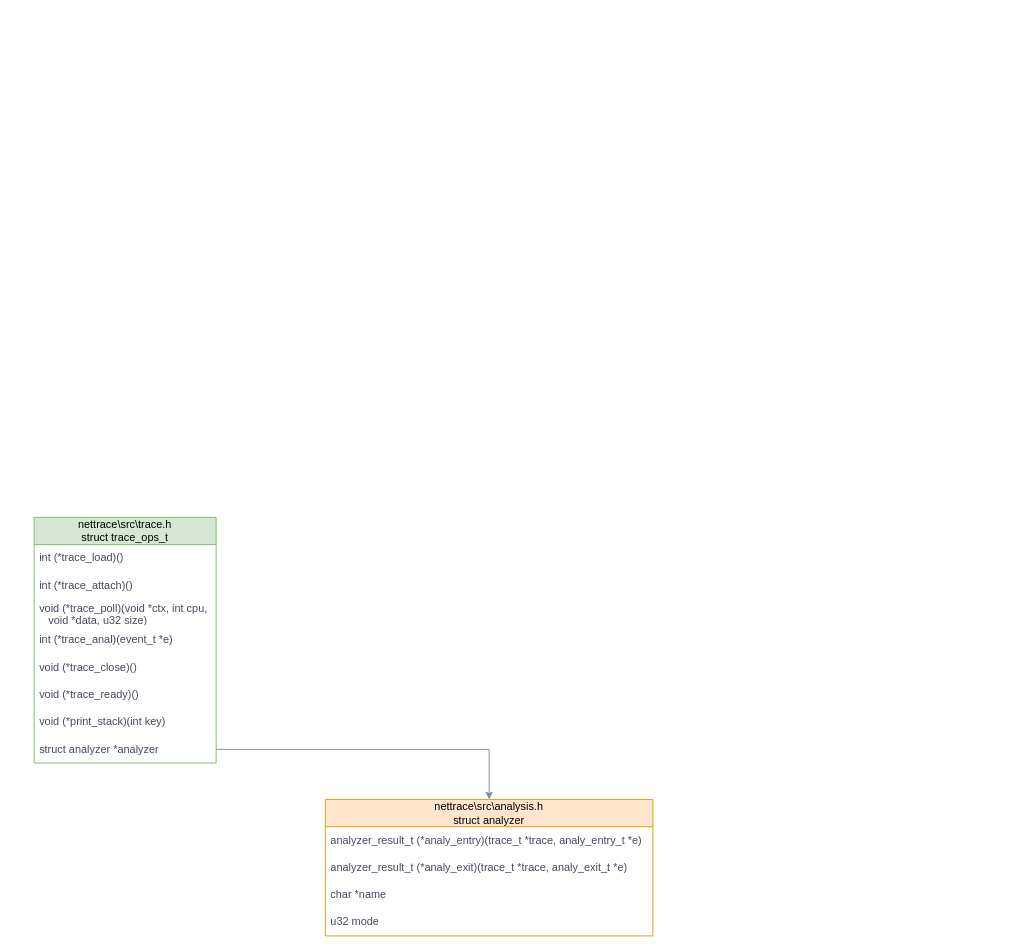
casciiy/OS-Study keeps this draw.io diagram as nettrace.drawio. Above is the earlier version. Source tidied: cells renumbered, new cells numbered last; positions are measured from the earlier drawing's top-left corner, leaving out a move shared by most shapes. Both pictures are drawn from the tidied source at 91%, with x=0, y=0 at pixel (34, 517).
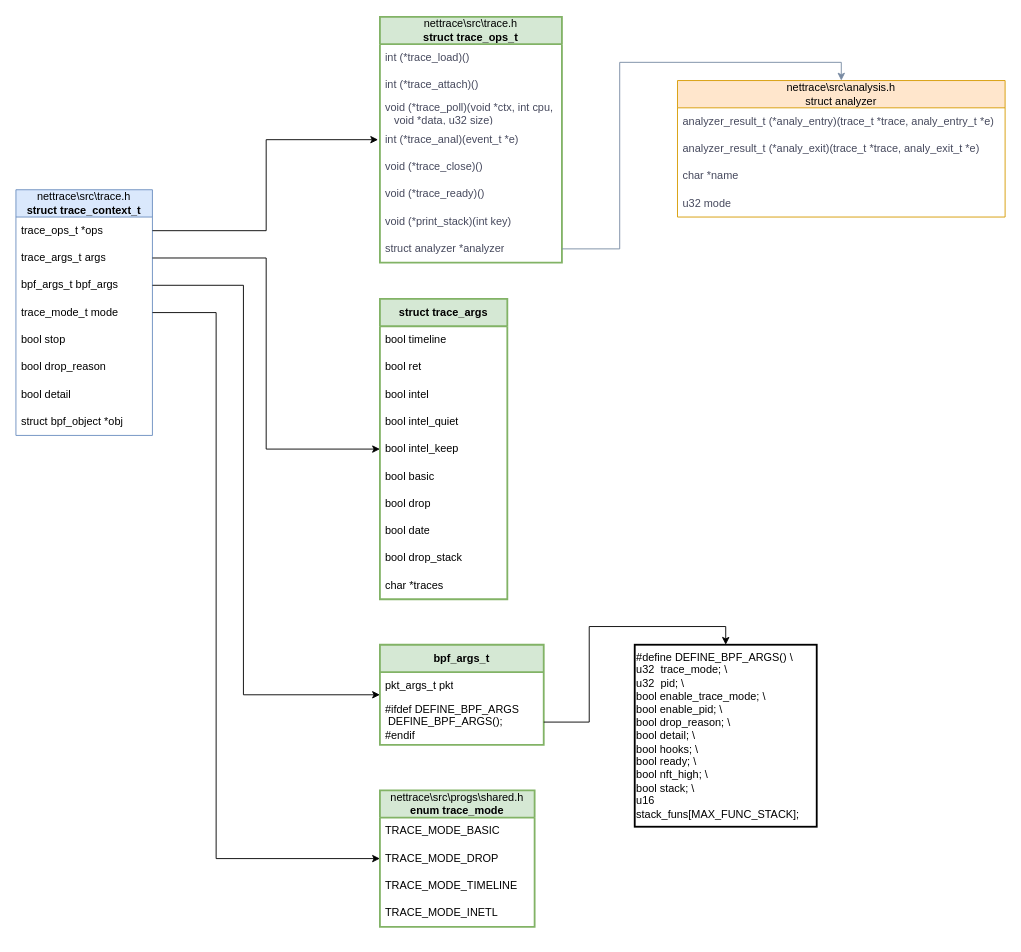
The same page after the edit.

Diff of the diagram source:
```diff
@@
-    <mxCell id="2" value="nettrace\src\trace.h&lt;br&gt;struct trace_ops_t" style="swimlane;fontStyle=0;horizontal=1;startSize=30;whiteSpace=wrap;html=1;rounded=0;labelBackgroundColor=none;fillColor=#d5e8d4;strokeColor=#82b366;" parent="1" vertex="1">
-      <mxGeometry width="200" height="270" as="geometry" />
+    <mxCell id="2" value="nettrace\src\trace.h&lt;br&gt;&lt;b&gt;struct trace_ops_t&lt;/b&gt;" style="swimlane;fontStyle=0;horizontal=1;startSize=30;whiteSpace=wrap;html=1;rounded=0;labelBackgroundColor=none;fillColor=#d5e8d4;strokeColor=#82b366;strokeWidth=2;perimeterSpacing=2;swimlaneLine=1;glass=0;shadow=0;" parent="1" vertex="1">
+      <mxGeometry x="380" y="-550" width="200" height="270" as="geometry" />
     </mxCell>
@@
     <mxCell id="11" value="nettrace\src\analysis.h&lt;br&gt;struct analyzer" style="swimlane;fontStyle=0;horizontal=1;startSize=30;whiteSpace=wrap;html=1;rounded=0;labelBackgroundColor=none;fillColor=#ffe6cc;strokeColor=#d79b00;" parent="1" vertex="1">
-      <mxGeometry x="320" y="310" width="360" height="150" as="geometry" />
+      <mxGeometry x="707" y="-480" width="360" height="150" as="geometry" />
     </mxCell>
@@
+    <mxCell id="17" value="nettrace\src\trace.h&lt;br&gt;&lt;b&gt;struct trace_context_t&lt;/b&gt;" style="swimlane;fontStyle=0;horizontal=1;startSize=30;whiteSpace=wrap;html=1;fillColor=#dae8fc;strokeColor=#6c8ebf;" parent="1" vertex="1">
+      <mxGeometry x="-20" y="-360" width="150" height="270" as="geometry" />
+    </mxCell>
+    <mxCell id="18" value="trace_ops_t *ops" style="text;strokeColor=none;fillColor=none;align=left;verticalAlign=middle;spacingLeft=4;spacingRight=4;overflow=hidden;points=[[0,0.5],[1,0.5]];portConstraint=eastwest;whiteSpace=wrap;html=1;" parent="17" vertex="1">
+      <mxGeometry y="30" width="150" height="30" as="geometry" />
+    </mxCell>
+    <mxCell id="19" value="trace_args_t args" style="text;strokeColor=none;fillColor=none;align=left;verticalAlign=middle;spacingLeft=4;spacingRight=4;overflow=hidden;points=[[0,0.5],[1,0.5]];portConstraint=eastwest;whiteSpace=wrap;html=1;" parent="17" vertex="1">
+      <mxGeometry y="60" width="150" height="30" as="geometry" />
+    </mxCell>
+    <mxCell id="20" value="bpf_args_t bpf_args" style="text;strokeColor=none;fillColor=none;align=left;verticalAlign=middle;spacingLeft=4;spacingRight=4;overflow=hidden;points=[[0,0.5],[1,0.5]];portConstraint=eastwest;whiteSpace=wrap;html=1;" parent="17" vertex="1">
+      <mxGeometry y="90" width="150" height="30" as="geometry" />
+    </mxCell>
+    <mxCell id="21" value="trace_mode_t mode" style="text;strokeColor=none;fillColor=none;align=left;verticalAlign=middle;spacingLeft=4;spacingRight=4;overflow=hidden;points=[[0,0.5],[1,0.5]];portConstraint=eastwest;whiteSpace=wrap;html=1;" parent="17" vertex="1">
+      <mxGeometry y="120" width="150" height="30" as="geometry" />
+    </mxCell>
+    <mxCell id="22" value="bool  stop" style="text;strokeColor=none;fillColor=none;align=left;verticalAlign=middle;spacingLeft=4;spacingRight=4;overflow=hidden;whiteSpace=wrap;html=1;" parent="17" vertex="1">
+      <mxGeometry y="150" width="150" height="30" as="geometry" />
+    </mxCell>
+    <mxCell id="23" value="bool  drop_reason" style="text;strokeColor=none;fillColor=none;align=left;verticalAlign=middle;spacingLeft=4;spacingRight=4;overflow=hidden;whiteSpace=wrap;html=1;" parent="17" vertex="1">
+      <mxGeometry y="180" width="150" height="30" as="geometry" />
+    </mxCell>
+    <mxCell id="24" value="bool  detail" style="text;strokeColor=none;fillColor=none;align=left;verticalAlign=middle;spacingLeft=4;spacingRight=4;overflow=hidden;whiteSpace=wrap;html=1;" parent="17" vertex="1">
+      <mxGeometry y="210" width="150" height="30" as="geometry" />
+    </mxCell>
+    <mxCell id="25" value="struct bpf_object *obj" style="text;strokeColor=none;fillColor=none;align=left;verticalAlign=middle;spacingLeft=4;spacingRight=4;overflow=hidden;whiteSpace=wrap;html=1;" parent="17" vertex="1">
+      <mxGeometry y="240" width="150" height="30" as="geometry" />
+    </mxCell>
+    <mxCell id="26" value="&lt;b&gt;struct trace_args&lt;/b&gt;" style="swimlane;fontStyle=0;horizontal=1;startSize=30;whiteSpace=wrap;html=1;rounded=0;shadow=0;glass=0;sketch=0;strokeWidth=2;fillColor=#d5e8d4;strokeColor=#82b366;" parent="1" vertex="1">
+      <mxGeometry x="380" y="-240" width="140" height="330" as="geometry" />
+    </mxCell>
+    <mxCell id="27" value="bool timeline" style="text;strokeColor=none;fillColor=none;align=left;verticalAlign=middle;spacingLeft=4;spacingRight=4;overflow=hidden;whiteSpace=wrap;html=1;rounded=0;shadow=0;glass=0;sketch=0;strokeWidth=2;" parent="26" vertex="1">
+      <mxGeometry y="30" width="140" height="30" as="geometry" />
+    </mxCell>
+    <mxCell id="28" value="bool ret" style="text;strokeColor=none;fillColor=none;align=left;verticalAlign=middle;spacingLeft=4;spacingRight=4;overflow=hidden;whiteSpace=wrap;html=1;rounded=0;shadow=0;glass=0;sketch=0;strokeWidth=2;" parent="26" vertex="1">
+      <mxGeometry y="60" width="140" height="30" as="geometry" />
+    </mxCell>
+    <mxCell id="29" value="bool intel" style="text;strokeColor=none;fillColor=none;align=left;verticalAlign=middle;spacingLeft=4;spacingRight=4;overflow=hidden;whiteSpace=wrap;html=1;rounded=0;shadow=0;glass=0;sketch=0;strokeWidth=2;" parent="26" vertex="1">
+      <mxGeometry y="90" width="140" height="30" as="geometry" />
+    </mxCell>
+    <mxCell id="30" value="bool intel_quiet" style="text;strokeColor=none;fillColor=none;align=left;verticalAlign=middle;spacingLeft=4;spacingRight=4;overflow=hidden;whiteSpace=wrap;html=1;rounded=0;shadow=0;glass=0;sketch=0;strokeWidth=2;" parent="26" vertex="1">
+      <mxGeometry y="120" width="140" height="30" as="geometry" />
+    </mxCell>
+    <mxCell id="31" value="bool intel_keep" style="text;strokeColor=none;fillColor=none;align=left;verticalAlign=middle;spacingLeft=4;spacingRight=4;overflow=hidden;points=[[0,0.5],[1,0.5]];portConstraint=eastwest;whiteSpace=wrap;html=1;rounded=0;shadow=0;glass=0;sketch=0;strokeWidth=2;" parent="26" vertex="1">
+      <mxGeometry y="150" width="140" height="30" as="geometry" />
+    </mxCell>
+    <mxCell id="32" value="bool basic" style="text;strokeColor=none;fillColor=none;align=left;verticalAlign=middle;spacingLeft=4;spacingRight=4;overflow=hidden;whiteSpace=wrap;html=1;rounded=0;shadow=0;glass=0;sketch=0;strokeWidth=2;" parent="26" vertex="1">
+      <mxGeometry y="180" width="140" height="30" as="geometry" />
+    </mxCell>
+    <mxCell id="33" value="bool drop" style="text;strokeColor=none;fillColor=none;align=left;verticalAlign=middle;spacingLeft=4;spacingRight=4;overflow=hidden;whiteSpace=wrap;html=1;rounded=0;shadow=0;glass=0;sketch=0;strokeWidth=2;" parent="26" vertex="1">
+      <mxGeometry y="210" width="140" height="30" as="geometry" />
+    </mxCell>
+    <mxCell id="34" value="bool date" style="text;strokeColor=none;fillColor=none;align=left;verticalAlign=middle;spacingLeft=4;spacingRight=4;overflow=hidden;whiteSpace=wrap;html=1;rounded=0;shadow=0;glass=0;sketch=0;strokeWidth=2;" parent="26" vertex="1">
+      <mxGeometry y="240" width="140" height="30" as="geometry" />
+    </mxCell>
+    <mxCell id="35" value="bool drop_stack" style="text;strokeColor=none;fillColor=none;align=left;verticalAlign=middle;spacingLeft=4;spacingRight=4;overflow=hidden;whiteSpace=wrap;html=1;rounded=0;shadow=0;glass=0;sketch=0;strokeWidth=2;" parent="26" vertex="1">
+      <mxGeometry y="270" width="140" height="30" as="geometry" />
+    </mxCell>
+    <mxCell id="36" value="char *traces" style="text;strokeColor=none;fillColor=none;align=left;verticalAlign=middle;spacingLeft=4;spacingRight=4;overflow=hidden;whiteSpace=wrap;html=1;rounded=0;shadow=0;glass=0;sketch=0;strokeWidth=2;" parent="26" vertex="1">
+      <mxGeometry y="300" width="140" height="30" as="geometry" />
+    </mxCell>
+    <mxCell id="37" style="edgeStyle=orthogonalEdgeStyle;rounded=0;jettySize=auto;html=1;exitX=1;exitY=0.5;exitDx=0;exitDy=0;" parent="1" edge="1" source="18" target="2">
+      <mxGeometry relative="1" as="geometry" />
+    </mxCell>
+    <mxCell id="38" style="edgeStyle=orthogonalEdgeStyle;rounded=0;jettySize=auto;html=1;exitX=1;exitY=0.5;exitDx=0;exitDy=0;entryX=0;entryY=0.5;entryDx=0;entryDy=0;" parent="1" edge="1" source="19" target="31">
+      <mxGeometry relative="1" as="geometry" />
+    </mxCell>
+    <mxCell id="39" value="&lt;b&gt;bpf_args_t&lt;/b&gt;" style="swimlane;fontStyle=0;horizontal=1;startSize=30;whiteSpace=wrap;html=1;rounded=0;shadow=0;glass=0;sketch=0;strokeWidth=2;fillColor=#d5e8d4;strokeColor=#82b366;" parent="1" vertex="1">
+      <mxGeometry x="380" y="140" width="180" height="110" as="geometry" />
+    </mxCell>
+    <mxCell id="40" value="pkt_args_t pkt" style="text;strokeColor=none;fillColor=none;align=left;verticalAlign=middle;spacingLeft=4;spacingRight=4;overflow=hidden;whiteSpace=wrap;html=1;rounded=0;shadow=0;glass=0;sketch=0;strokeWidth=2;" parent="39" vertex="1">
+      <mxGeometry y="30" width="180" height="30" as="geometry" />
+    </mxCell>
+    <mxCell id="41" value="&lt;div&gt;#ifdef DEFINE_BPF_ARGS&lt;/div&gt;&lt;div&gt; &lt;span style=&quot;white-space: pre;&quot;&gt; &lt;/span&gt;DEFINE_BPF_ARGS();&lt;/div&gt;&lt;div&gt;#endif&lt;/div&gt;" style="text;strokeColor=none;fillColor=none;align=left;verticalAlign=middle;spacingLeft=4;spacingRight=4;overflow=hidden;points=[[0,0.5],[1,0.5]];portConstraint=eastwest;whiteSpace=wrap;html=1;rounded=0;shadow=0;glass=0;sketch=0;strokeWidth=2;" parent="39" vertex="1">
+      <mxGeometry y="60" width="180" height="50" as="geometry" />
+    </mxCell>
+    <mxCell id="42" value="&lt;div&gt;#define DEFINE_BPF_ARGS() \&lt;/div&gt;&lt;div&gt;&lt;span style=&quot;&quot;&gt; &lt;/span&gt;u32&amp;nbsp; trace_mode;&lt;span style=&quot;&quot;&gt; &lt;/span&gt;\&lt;/div&gt;&lt;div&gt;&lt;span style=&quot;&quot;&gt; &lt;/span&gt;u32&amp;nbsp; pid;&lt;span style=&quot;&quot;&gt;  &lt;/span&gt;\&lt;/div&gt;&lt;div&gt;&lt;span style=&quot;&quot;&gt; &lt;/span&gt;bool enable_trace_mode;&lt;span style=&quot;&quot;&gt; &lt;/span&gt;\&lt;/div&gt;&lt;div&gt;&lt;span style=&quot;&quot;&gt; &lt;/span&gt;bool enable_pid;&lt;span style=&quot;&quot;&gt; &lt;/span&gt;\&lt;/div&gt;&lt;div&gt;&lt;span style=&quot;&quot;&gt; &lt;/span&gt;bool drop_reason;&lt;span style=&quot;&quot;&gt; &lt;/span&gt;\&lt;/div&gt;&lt;div&gt;&lt;span style=&quot;&quot;&gt; &lt;/span&gt;bool detail;&lt;span style=&quot;&quot;&gt;  &lt;/span&gt;\&lt;/div&gt;&lt;div&gt;&lt;span style=&quot;&quot;&gt; &lt;/span&gt;bool hooks;&lt;span style=&quot;&quot;&gt;  &lt;/span&gt;\&lt;/div&gt;&lt;div&gt;&lt;span style=&quot;&quot;&gt; &lt;/span&gt;bool ready;&lt;span style=&quot;&quot;&gt;  &lt;/span&gt;\&lt;/div&gt;&lt;div&gt;&lt;span style=&quot;&quot;&gt; &lt;/span&gt;bool nft_high;&lt;span style=&quot;&quot;&gt;  &lt;/span&gt;\&lt;/div&gt;&lt;div&gt;&lt;span style=&quot;&quot;&gt; &lt;/span&gt;bool stack;&lt;span style=&quot;&quot;&gt;  &lt;/span&gt;\&lt;/div&gt;&lt;div&gt;&lt;span style=&quot;&quot;&gt; &lt;/span&gt;u16&amp;nbsp; stack_funs[MAX_FUNC_STACK];&lt;/div&gt;" style="whiteSpace=wrap;html=1;rounded=0;shadow=0;glass=0;sketch=0;strokeWidth=2;align=left;" parent="1" vertex="1">
+      <mxGeometry x="660" y="140" width="200" height="200" as="geometry" />
+    </mxCell>
+    <mxCell id="43" style="edgeStyle=orthogonalEdgeStyle;rounded=0;jettySize=auto;html=1;exitX=1;exitY=0.5;exitDx=0;exitDy=0;entryX=0.5;entryY=0;entryDx=0;entryDy=0;" parent="1" edge="1" source="41" target="42">
+      <mxGeometry relative="1" as="geometry" />
+    </mxCell>
+    <mxCell id="44" style="edgeStyle=orthogonalEdgeStyle;rounded=0;jettySize=auto;html=1;exitX=1;exitY=0.5;exitDx=0;exitDy=0;entryX=0;entryY=0.5;entryDx=0;entryDy=0;" parent="1" edge="1" source="20" target="39">
+      <mxGeometry relative="1" as="geometry">
+        <Array as="points">
+          <mxPoint x="230" y="-255" />
+          <mxPoint x="230" y="195" />
+        </Array>
+      </mxGeometry>
+    </mxCell>
+    <mxCell id="45" value="nettrace\src\progs\shared.h&lt;br&gt;&lt;b&gt;enum trace_mode&lt;/b&gt;" style="swimlane;fontStyle=0;horizontal=1;startSize=30;whiteSpace=wrap;html=1;rounded=0;shadow=0;glass=0;sketch=0;strokeWidth=2;fillColor=#d5e8d4;strokeColor=#82b366;" parent="1" vertex="1">
+      <mxGeometry x="380" y="300" width="170" height="150" as="geometry" />
+    </mxCell>
+    <mxCell id="46" value="TRACE_MODE_BASIC" style="text;strokeColor=none;fillColor=none;align=left;verticalAlign=middle;spacingLeft=4;spacingRight=4;overflow=hidden;whiteSpace=wrap;html=1;rounded=0;shadow=0;glass=0;sketch=0;strokeWidth=2;" parent="45" vertex="1">
+      <mxGeometry y="30" width="170" height="30" as="geometry" />
+    </mxCell>
+    <mxCell id="47" value="TRACE_MODE_DROP" style="text;strokeColor=none;fillColor=none;align=left;verticalAlign=middle;spacingLeft=4;spacingRight=4;overflow=hidden;points=[[0,0.5],[1,0.5]];portConstraint=eastwest;whiteSpace=wrap;html=1;rounded=0;shadow=0;glass=0;sketch=0;strokeWidth=2;" parent="45" vertex="1">
+      <mxGeometry y="60" width="170" height="30" as="geometry" />
+    </mxCell>
+    <mxCell id="48" value="TRACE_MODE_TIMELINE" style="text;strokeColor=none;fillColor=none;align=left;verticalAlign=middle;spacingLeft=4;spacingRight=4;overflow=hidden;whiteSpace=wrap;html=1;rounded=0;shadow=0;glass=0;sketch=0;strokeWidth=2;" parent="45" vertex="1">
+      <mxGeometry y="90" width="170" height="30" as="geometry" />
+    </mxCell>
+    <mxCell id="49" value="TRACE_MODE_INETL" style="text;strokeColor=none;fillColor=none;align=left;verticalAlign=middle;spacingLeft=4;spacingRight=4;overflow=hidden;whiteSpace=wrap;html=1;rounded=0;shadow=0;glass=0;sketch=0;strokeWidth=2;" parent="45" vertex="1">
+      <mxGeometry y="120" width="170" height="30" as="geometry" />
+    </mxCell>
+    <mxCell id="50" style="edgeStyle=orthogonalEdgeStyle;rounded=0;jettySize=auto;html=1;exitX=1;exitY=0.5;exitDx=0;exitDy=0;" parent="1" edge="1" source="21" target="47">
+      <mxGeometry relative="1" as="geometry">
+        <Array as="points">
+          <mxPoint x="200" y="-225" />
+          <mxPoint x="200" y="375" />
+        </Array>
+      </mxGeometry>
+    </mxCell>
```
